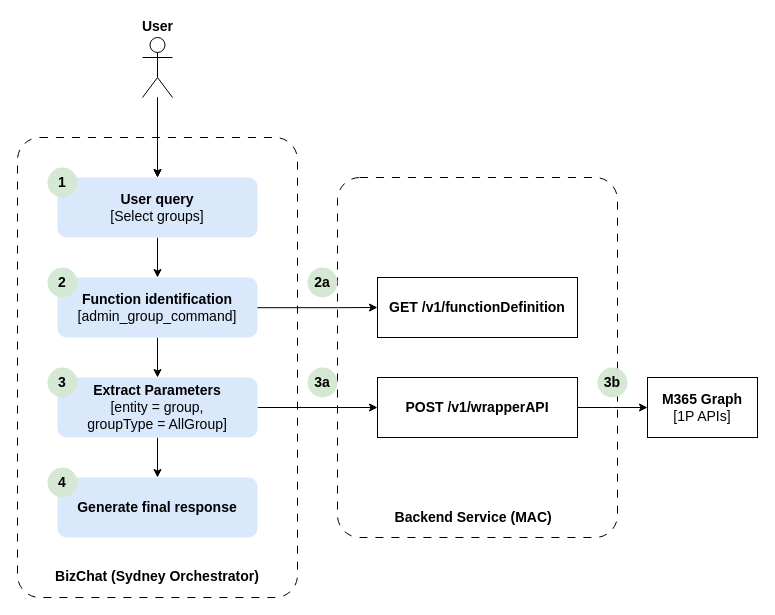
The draw.io diagram AdminAgentPOC2.drawio in prshelke/DrawIO, before the edit. Source tidied: cells renumbered, new cells numbered last; positions are measured from the earlier drawing's top-left corner, leaving out a move shared by most shapes. Both pictures are drawn from the tidied source at 100%, with x=0, y=0 at pixel (17, 37).
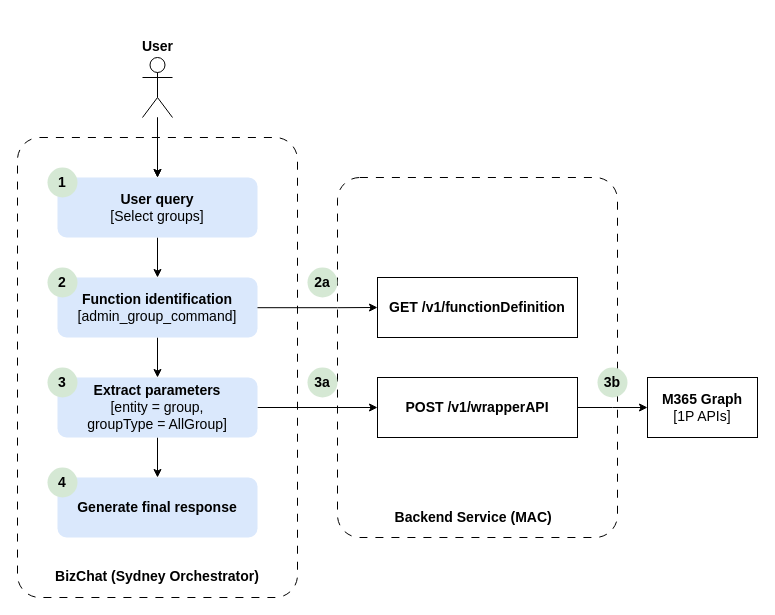
The same diagram, later.

Change to the diagram source:
```diff
@@
     <mxCell id="8" value="User" style="shape=umlActor;verticalLabelPosition=top;verticalAlign=bottom;html=1;outlineConnect=0;fontColor=default;align=center;horizontal=1;labelPosition=center;fontStyle=1;fontSize=14;" parent="1" vertex="1">
-      <mxGeometry x="125" width="30" height="60" as="geometry" />
+      <mxGeometry x="125" y="20" width="30" height="60" as="geometry" />
     </mxCell>
@@
-    <mxCell id="18" value="&lt;span&gt;&lt;b&gt;Extract Parameters&lt;/b&gt;&lt;/span&gt;&lt;div&gt;&lt;span&gt;[entity = group,&lt;/span&gt;&lt;/div&gt;&lt;div&gt;&lt;span&gt;groupType = AllGroup]&lt;/span&gt;&lt;/div&gt;" style="rounded=1;whiteSpace=wrap;html=1;strokeColor=none;fillColor=#dae8fc;fontSize=14;" parent="1" vertex="1">
+    <mxCell id="18" value="&lt;span&gt;&lt;b&gt;Extract parameters&lt;/b&gt;&lt;/span&gt;&lt;div&gt;&lt;span&gt;[entity = group,&lt;/span&gt;&lt;/div&gt;&lt;div&gt;&lt;span&gt;groupType = AllGroup]&lt;/span&gt;&lt;/div&gt;" style="rounded=1;whiteSpace=wrap;html=1;strokeColor=none;fillColor=#dae8fc;fontSize=14;" parent="1" vertex="1">
       <mxGeometry x="40" y="340" width="200" height="60" as="geometry" />
     </mxCell>
```
